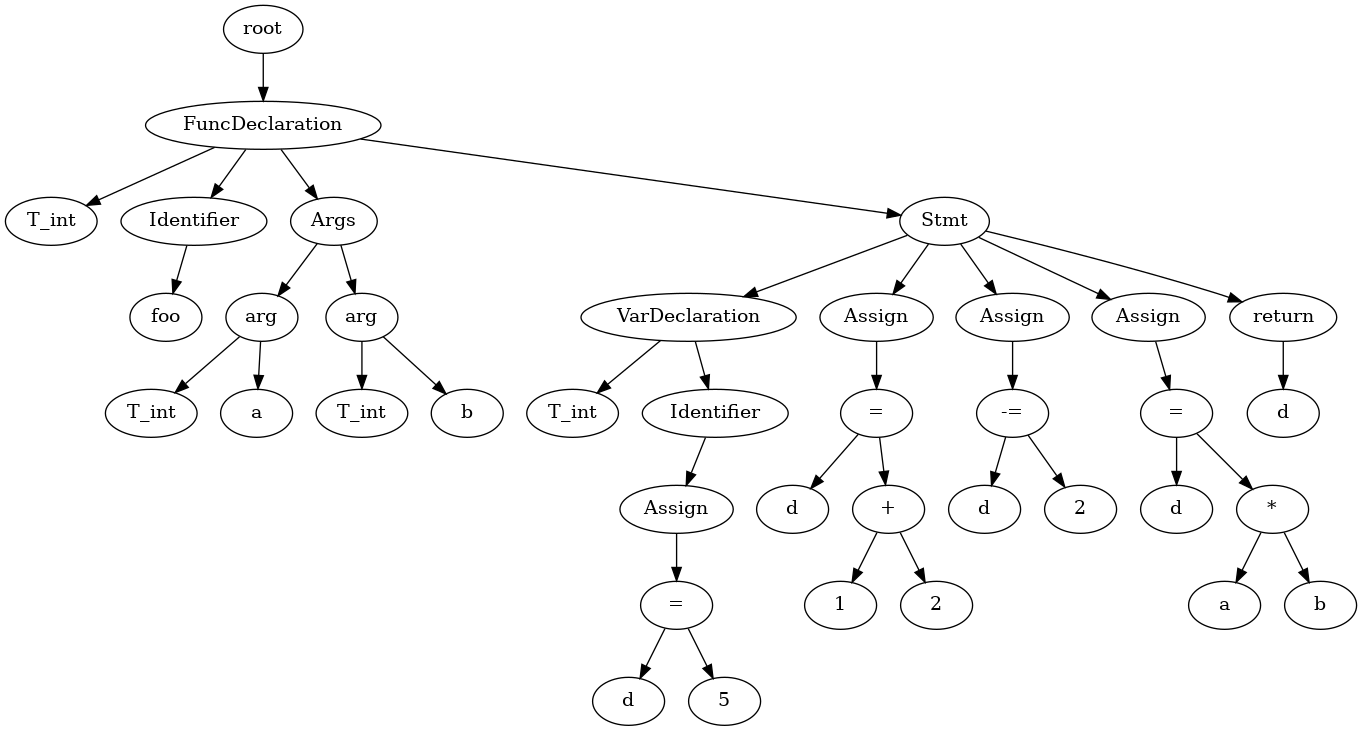
Jstar49/starCC keeps this Graphviz diagram as test.gv.png. Above is the earlier version. Its source is kept beside it as test.gv.
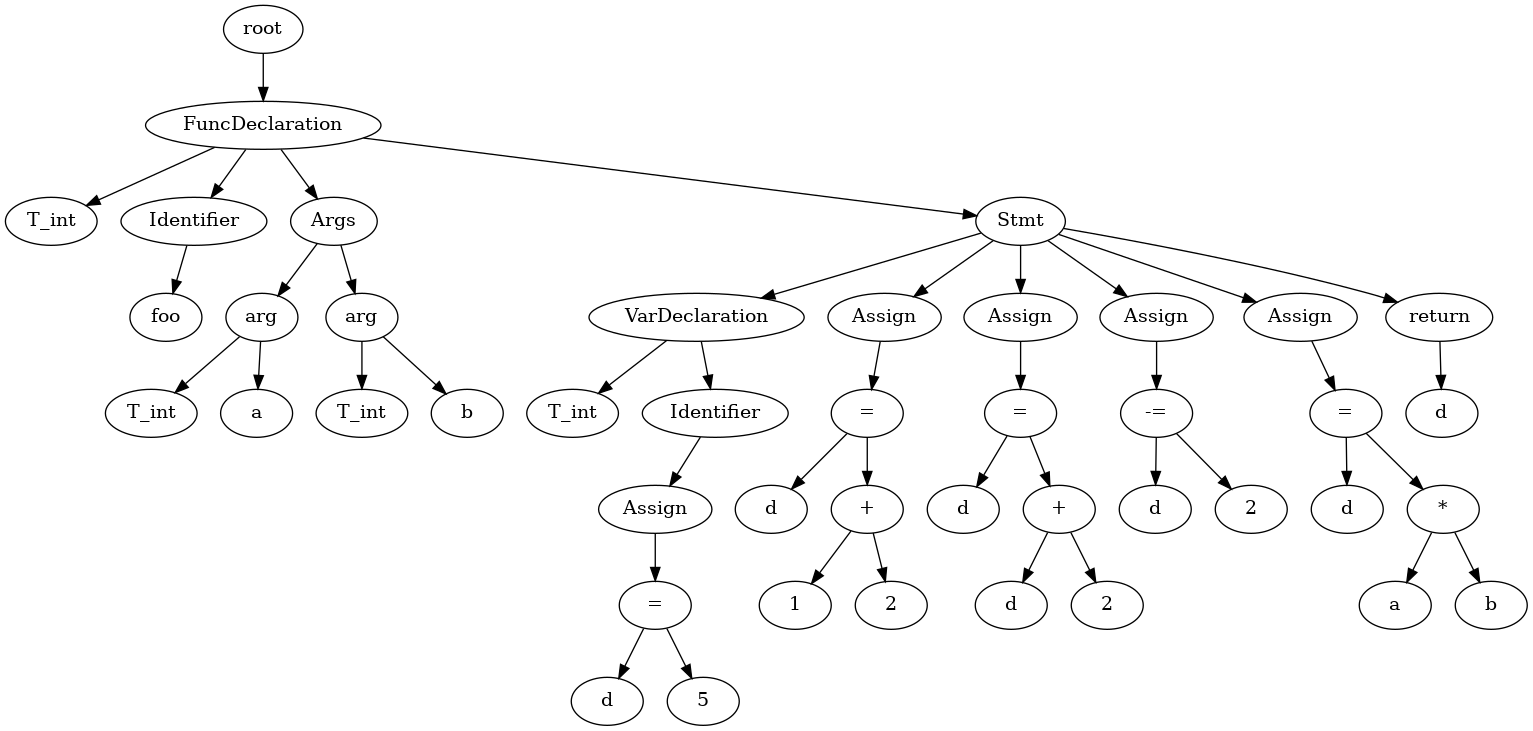
The same file after the commit.

Diff of the diagram source:
```diff
@@ -52,26 +52,38 @@
 	23 -> 24
 	25 [label=Assign]
 	11 -> 25
-	27 [label="-="]
+	27 [label="="]
 	25 -> 27
 	26 [label=d]
 	27 -> 26
-	28 [label=2]
-	27 -> 28
-	29 [label=Assign]
-	11 -> 29
-	31 [label="="]
-	29 -> 31
-	30 [label=d]
-	31 -> 30
-	33 [label="*"]
+	29 [label="+"]
+	27 -> 29
+	28 [label=d]
+	29 -> 28
+	30 [label=2]
+	29 -> 30
+	31 [label=Assign]
+	11 -> 31
+	33 [label="-="]
 	31 -> 33
-	32 [label=a]
+	32 [label=d]
 	33 -> 32
-	34 [label=b]
+	34 [label=2]
 	33 -> 34
-	35 [label=return]
+	35 [label=Assign]
 	11 -> 35
+	37 [label="="]
+	35 -> 37
 	36 [label=d]
-	35 -> 36
+	37 -> 36
+	39 [label="*"]
+	37 -> 39
+	38 [label=a]
+	39 -> 38
+	40 [label=b]
+	39 -> 40
+	41 [label=return]
+	11 -> 41
+	42 [label=d]
+	41 -> 42
 }
```
